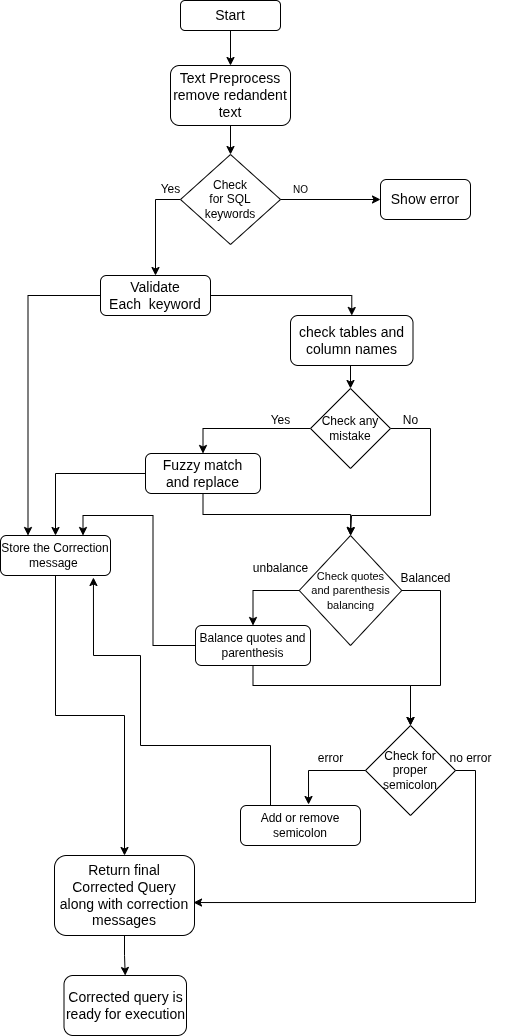
The draw.io diagram Images/correction.png in Bibhas-Das/EASYSQL, before a commit. Source tidied: cells renumbered, new cells last; positions are measured from the earlier drawing's top-left corner, leaving out a move shared by most shapes. The source it was exported from:
```xml
<mxGraphModel>
  <root>
    <mxCell id="0" />
    <mxCell id="1" parent="0" />
    <mxCell id="2" style="edgeStyle=orthogonalEdgeStyle;rounded=0;jettySize=auto;html=1;exitX=0.5;exitY=1;exitDx=0;exitDy=0;entryX=0.5;entryY=0;entryDx=0;entryDy=0;" parent="1" edge="1" source="3" target="5">
      <mxGeometry relative="1" as="geometry" />
    </mxCell>
    <mxCell id="3" value="&lt;font style=&quot;font-size: 14px;&quot;&gt;Start&lt;/font&gt;" style="rounded=1;whiteSpace=wrap;html=1;" parent="1" vertex="1">
      <mxGeometry x="180" width="100" height="30" as="geometry" />
    </mxCell>
    <mxCell id="4" style="edgeStyle=orthogonalEdgeStyle;rounded=0;jettySize=auto;html=1;exitX=0.5;exitY=1;exitDx=0;exitDy=0;entryX=0.5;entryY=0;entryDx=0;entryDy=0;" parent="1" edge="1" source="5" target="8">
      <mxGeometry relative="1" as="geometry" />
    </mxCell>
    <mxCell id="5" value="&lt;font style=&quot;font-size: 14px;&quot;&gt;Text Preprocess&lt;br&gt;remove redandent&lt;br&gt;text&lt;/font&gt;" style="rounded=1;whiteSpace=wrap;html=1;" parent="1" vertex="1">
      <mxGeometry x="170" y="65" width="120" height="60" as="geometry" />
    </mxCell>
    <mxCell id="6" value="&lt;font style=&quot;font-size: 14px;&quot;&gt;Show error&lt;/font&gt;" style="rounded=1;whiteSpace=wrap;html=1;" parent="1" vertex="1">
      <mxGeometry x="380" y="179" width="90" height="40" as="geometry" />
    </mxCell>
    <mxCell id="7" style="edgeStyle=orthogonalEdgeStyle;rounded=0;jettySize=auto;html=1;exitX=0;exitY=0.5;exitDx=0;exitDy=0;entryX=0.5;entryY=0;entryDx=0;entryDy=0;" parent="1" edge="1" source="8" target="11">
      <mxGeometry relative="1" as="geometry" />
    </mxCell>
    <mxCell id="8" value="Check &lt;br&gt;for SQL &lt;br&gt;keywords" style="rhombus;whiteSpace=wrap;html=1;" parent="1" vertex="1">
      <mxGeometry x="180" y="154" width="100" height="90" as="geometry" />
    </mxCell>
    <mxCell id="9" style="edgeStyle=orthogonalEdgeStyle;rounded=0;jettySize=auto;html=1;exitX=0;exitY=0.5;exitDx=0;exitDy=0;entryX=0.25;entryY=0;entryDx=0;entryDy=0;" parent="1" edge="1" source="11" target="20">
      <mxGeometry relative="1" as="geometry" />
    </mxCell>
    <mxCell id="10" style="edgeStyle=orthogonalEdgeStyle;rounded=0;jettySize=auto;html=1;exitX=1;exitY=0.5;exitDx=0;exitDy=0;entryX=0.5;entryY=0;entryDx=0;entryDy=0;" parent="1" edge="1" source="11" target="14">
      <mxGeometry relative="1" as="geometry" />
    </mxCell>
    <mxCell id="11" value="&lt;font style=&quot;font-size: 14px;&quot;&gt;Validate&lt;br&gt;Each&amp;nbsp; keyword&lt;/font&gt;" style="rounded=1;whiteSpace=wrap;html=1;" parent="1" vertex="1">
      <mxGeometry x="100" y="275" width="110" height="40" as="geometry" />
    </mxCell>
    <mxCell id="12" value="Yes" style="text;html=1;align=center;verticalAlign=middle;strokeColor=none;fillColor=none;" parent="1" vertex="1">
      <mxGeometry x="150" y="174" width="40" height="30" as="geometry" />
    </mxCell>
    <mxCell id="13" style="edgeStyle=orthogonalEdgeStyle;rounded=0;jettySize=auto;html=1;exitX=0.5;exitY=1;exitDx=0;exitDy=0;entryX=0.5;entryY=0;entryDx=0;entryDy=0;" parent="1" edge="1" source="14" target="24">
      <mxGeometry relative="1" as="geometry" />
    </mxCell>
    <mxCell id="14" value="&lt;font style=&quot;font-size: 14px;&quot;&gt;check tables and &lt;br&gt;column names&lt;/font&gt;" style="rounded=1;whiteSpace=wrap;html=1;" parent="1" vertex="1">
      <mxGeometry x="290" y="315" width="122.5" height="50" as="geometry" />
    </mxCell>
    <mxCell id="15" style="edgeStyle=orthogonalEdgeStyle;rounded=0;jettySize=auto;html=1;exitX=0;exitY=0.5;exitDx=0;exitDy=0;entryX=0.75;entryY=0;entryDx=0;entryDy=0;" parent="1" edge="1" source="16" target="20">
      <mxGeometry relative="1" as="geometry" />
    </mxCell>
    <mxCell id="16" value="Balance quotes and parenthesis" style="rounded=1;whiteSpace=wrap;html=1;" parent="1" vertex="1">
      <mxGeometry x="195" y="625" width="115" height="40" as="geometry" />
    </mxCell>
    <mxCell id="17" style="edgeStyle=orthogonalEdgeStyle;rounded=0;jettySize=auto;html=1;exitX=0.5;exitY=1;exitDx=0;exitDy=0;entryX=0.5;entryY=0;entryDx=0;entryDy=0;" parent="1" edge="1" source="18" target="35">
      <mxGeometry relative="1" as="geometry" />
    </mxCell>
    <mxCell id="18" value="&lt;span style=&quot;font-size: 14px;&quot;&gt;Return final&lt;br&gt;Corrected Query along with correction messages&lt;/span&gt;" style="rounded=1;whiteSpace=wrap;html=1;" parent="1" vertex="1">
      <mxGeometry x="54" y="855" width="140" height="80" as="geometry" />
    </mxCell>
    <mxCell id="19" style="edgeStyle=orthogonalEdgeStyle;rounded=0;jettySize=auto;html=1;exitX=0.5;exitY=1;exitDx=0;exitDy=0;entryX=0.5;entryY=0;entryDx=0;entryDy=0;" parent="1" edge="1" source="20" target="18">
      <mxGeometry relative="1" as="geometry" />
    </mxCell>
    <mxCell id="20" value="Store the Correction message&amp;nbsp;" style="rounded=1;whiteSpace=wrap;html=1;" parent="1" vertex="1">
      <mxGeometry y="535" width="110" height="40" as="geometry" />
    </mxCell>
    <mxCell id="21" style="edgeStyle=orthogonalEdgeStyle;rounded=0;jettySize=auto;html=1;exitX=0.5;exitY=1;exitDx=0;exitDy=0;entryX=0.5;entryY=0;entryDx=0;entryDy=0;" parent="1" edge="1" source="16" target="37">
      <mxGeometry relative="1" as="geometry">
        <Array as="points">
          <mxPoint x="253" y="685" />
          <mxPoint x="410" y="685" />
        </Array>
      </mxGeometry>
    </mxCell>
    <mxCell id="22" style="edgeStyle=orthogonalEdgeStyle;rounded=0;jettySize=auto;html=1;exitX=0;exitY=0.5;exitDx=0;exitDy=0;entryX=0.5;entryY=0;entryDx=0;entryDy=0;" parent="1" edge="1" source="24" target="27">
      <mxGeometry relative="1" as="geometry" />
    </mxCell>
    <mxCell id="23" style="edgeStyle=orthogonalEdgeStyle;rounded=0;jettySize=auto;html=1;exitX=1;exitY=0.5;exitDx=0;exitDy=0;entryX=0.5;entryY=0;entryDx=0;entryDy=0;" parent="1" edge="1" source="24" target="32">
      <mxGeometry relative="1" as="geometry">
        <Array as="points">
          <mxPoint x="430" y="428" />
          <mxPoint x="430" y="515" />
          <mxPoint x="351" y="515" />
        </Array>
      </mxGeometry>
    </mxCell>
    <mxCell id="24" value="Check any mistake" style="rhombus;whiteSpace=wrap;html=1;" parent="1" vertex="1">
      <mxGeometry x="310" y="388" width="80" height="80" as="geometry" />
    </mxCell>
    <mxCell id="25" style="edgeStyle=orthogonalEdgeStyle;rounded=0;jettySize=auto;html=1;exitX=0;exitY=0.5;exitDx=0;exitDy=0;entryX=0.5;entryY=0;entryDx=0;entryDy=0;" parent="1" edge="1" source="27" target="20">
      <mxGeometry relative="1" as="geometry" />
    </mxCell>
    <mxCell id="26" style="edgeStyle=orthogonalEdgeStyle;rounded=0;jettySize=auto;html=1;exitX=0.5;exitY=1;exitDx=0;exitDy=0;" parent="1" edge="1" source="27" target="32">
      <mxGeometry relative="1" as="geometry" />
    </mxCell>
    <mxCell id="27" value="&lt;span style=&quot;font-size: 14px;&quot;&gt;Fuzzy match&lt;br&gt;and replace&lt;/span&gt;" style="rounded=1;whiteSpace=wrap;html=1;" parent="1" vertex="1">
      <mxGeometry x="145" y="453" width="115" height="40" as="geometry" />
    </mxCell>
    <mxCell id="28" value="Yes" style="text;html=1;align=center;verticalAlign=middle;strokeColor=none;fillColor=none;" parent="1" vertex="1">
      <mxGeometry x="260" y="405" width="40" height="30" as="geometry" />
    </mxCell>
    <mxCell id="29" value="No" style="text;html=1;align=center;verticalAlign=middle;strokeColor=none;fillColor=none;" parent="1" vertex="1">
      <mxGeometry x="390" y="405" width="40" height="30" as="geometry" />
    </mxCell>
    <mxCell id="30" style="edgeStyle=orthogonalEdgeStyle;rounded=0;jettySize=auto;html=1;exitX=0;exitY=0.5;exitDx=0;exitDy=0;entryX=0.5;entryY=0;entryDx=0;entryDy=0;" parent="1" edge="1" source="32" target="16">
      <mxGeometry relative="1" as="geometry" />
    </mxCell>
    <mxCell id="31" style="edgeStyle=orthogonalEdgeStyle;rounded=0;jettySize=auto;html=1;exitX=1;exitY=0.5;exitDx=0;exitDy=0;entryX=0.5;entryY=0;entryDx=0;entryDy=0;" parent="1" edge="1" source="32" target="37">
      <mxGeometry relative="1" as="geometry">
        <Array as="points">
          <mxPoint x="440" y="590" />
          <mxPoint x="440" y="685" />
          <mxPoint x="410" y="685" />
        </Array>
      </mxGeometry>
    </mxCell>
    <mxCell id="32" value="&lt;font style=&quot;font-size: 11px;&quot;&gt;Check quotes&lt;br&gt;and parenthesis&lt;br style=&quot;&quot;&gt;balancing&lt;/font&gt;" style="rhombus;whiteSpace=wrap;html=1;" parent="1" vertex="1">
      <mxGeometry x="298.8" y="535" width="102.5" height="110" as="geometry" />
    </mxCell>
    <mxCell id="33" value="unbalance" style="text;html=1;align=center;verticalAlign=middle;strokeColor=none;fillColor=none;" parent="1" vertex="1">
      <mxGeometry x="240" y="553" width="80" height="30" as="geometry" />
    </mxCell>
    <mxCell id="34" value="Balanced" style="text;html=1;align=center;verticalAlign=middle;strokeColor=none;fillColor=none;" parent="1" vertex="1">
      <mxGeometry x="390" y="563" width="70" height="30" as="geometry" />
    </mxCell>
    <mxCell id="35" value="&lt;font style=&quot;font-size: 14px;&quot;&gt;Corrected query is&lt;br&gt;ready for execution&lt;/font&gt;" style="rounded=1;whiteSpace=wrap;html=1;" parent="1" vertex="1">
      <mxGeometry x="63.5" y="975" width="122.5" height="60" as="geometry" />
    </mxCell>
    <mxCell id="36" value="Add or remove semicolon" style="rounded=1;whiteSpace=wrap;html=1;" parent="1" vertex="1">
      <mxGeometry x="240" y="805" width="120" height="40" as="geometry" />
    </mxCell>
    <mxCell id="37" value="Check for proper&lt;br&gt;semicolon" style="rhombus;whiteSpace=wrap;html=1;" parent="1" vertex="1">
      <mxGeometry x="365" y="725" width="90" height="90" as="geometry" />
    </mxCell>
    <mxCell id="38" style="edgeStyle=orthogonalEdgeStyle;rounded=0;jettySize=auto;html=1;exitX=0;exitY=0.5;exitDx=0;exitDy=0;entryX=0.567;entryY=-0.025;entryDx=0;entryDy=0;entryPerimeter=0;" parent="1" edge="1" source="37" target="36">
      <mxGeometry relative="1" as="geometry" />
    </mxCell>
    <mxCell id="39" style="edgeStyle=orthogonalEdgeStyle;rounded=0;jettySize=auto;html=1;exitX=0.25;exitY=0;exitDx=0;exitDy=0;entryX=0.845;entryY=1.05;entryDx=0;entryDy=0;entryPerimeter=0;" parent="1" edge="1" source="36" target="20">
      <mxGeometry relative="1" as="geometry">
        <Array as="points">
          <mxPoint x="270" y="745" />
          <mxPoint x="140" y="745" />
          <mxPoint x="140" y="655" />
          <mxPoint x="93" y="655" />
        </Array>
      </mxGeometry>
    </mxCell>
    <mxCell id="40" value="error" style="text;html=1;align=center;verticalAlign=middle;strokeColor=none;fillColor=none;" parent="1" vertex="1">
      <mxGeometry x="305" y="743" width="50" height="30" as="geometry" />
    </mxCell>
    <mxCell id="41" style="edgeStyle=orthogonalEdgeStyle;rounded=0;jettySize=auto;html=1;exitX=1;exitY=0.5;exitDx=0;exitDy=0;entryX=0.993;entryY=0.588;entryDx=0;entryDy=0;entryPerimeter=0;" parent="1" edge="1" source="37" target="18">
      <mxGeometry relative="1" as="geometry" />
    </mxCell>
    <mxCell id="42" value="no error" style="text;html=1;align=center;verticalAlign=middle;strokeColor=none;fillColor=none;" parent="1" vertex="1">
      <mxGeometry x="435" y="743" width="70" height="30" as="geometry" />
    </mxCell>
    <mxCell id="43" value="&lt;font style=&quot;font-size: 10px;&quot;&gt;NO&lt;/font&gt;" style="text;html=1;align=center;verticalAlign=middle;strokeColor=none;fillColor=none;" parent="1" vertex="1">
      <mxGeometry x="280" y="174" width="40" height="30" as="geometry" />
    </mxCell>
    <mxCell id="44" style="endArrow=classic;html=1;rounded=0;exitX=1;exitY=0.5;exitDx=0;exitDy=0;" parent="1" edge="1" source="8">
      <mxGeometry relative="1" as="geometry">
        <mxPoint x="380" y="199" as="targetPoint" />
      </mxGeometry>
    </mxCell>
  </root>
</mxGraphModel>
```
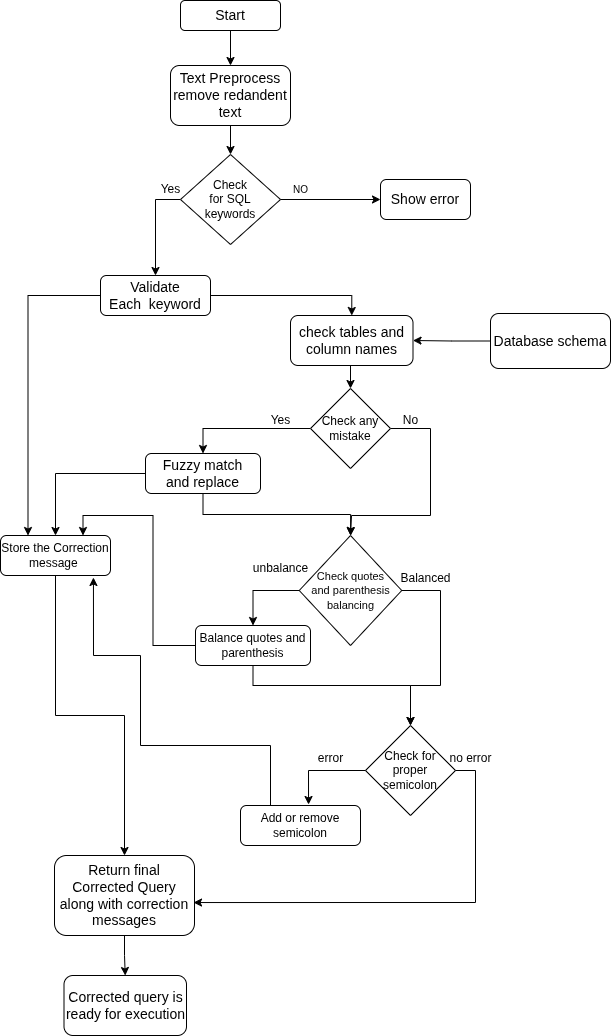
Later version of the same file.

Diff of the diagram source:
```diff
@@ -157,5 +157,11 @@
         <mxPoint x="380" y="199" as="targetPoint" />
       </mxGeometry>
     </mxCell>
+    <mxCell id="45" style="edgeStyle=orthogonalEdgeStyle;rounded=0;jettySize=auto;html=1;exitX=0;exitY=0.5;exitDx=0;exitDy=0;entryX=1;entryY=0.5;entryDx=0;entryDy=0;" parent="1" edge="1" source="46" target="14">
+      <mxGeometry relative="1" as="geometry" />
+    </mxCell>
+    <mxCell id="46" value="&lt;font style=&quot;font-size: 14px;&quot;&gt;Database schema&lt;/font&gt;" style="rounded=1;whiteSpace=wrap;html=1;" parent="1" vertex="1">
+      <mxGeometry x="490" y="313" width="120" height="55" as="geometry" />
+    </mxCell>
   </root>
 </mxGraphModel>
```
